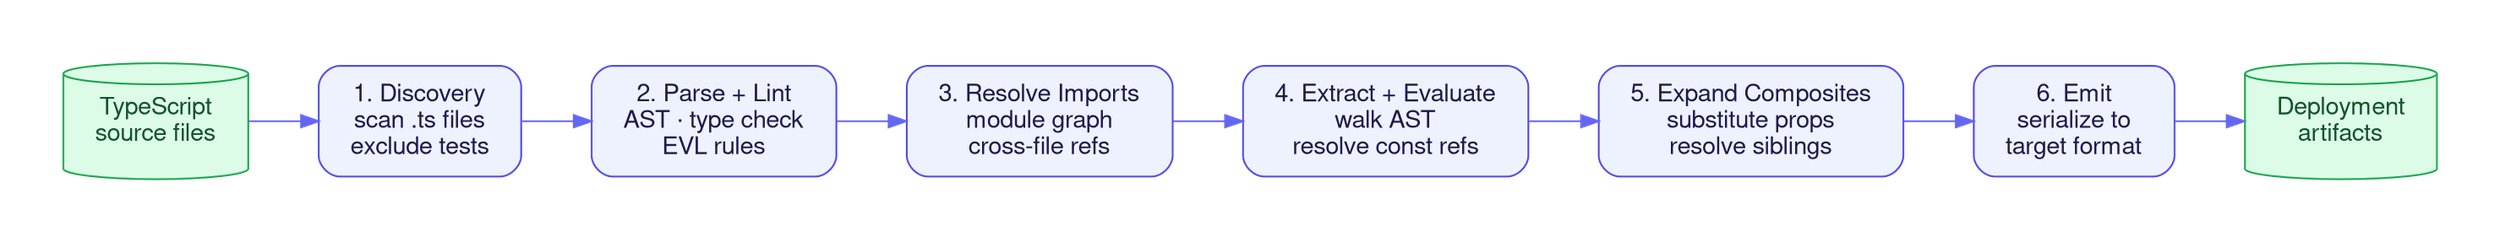
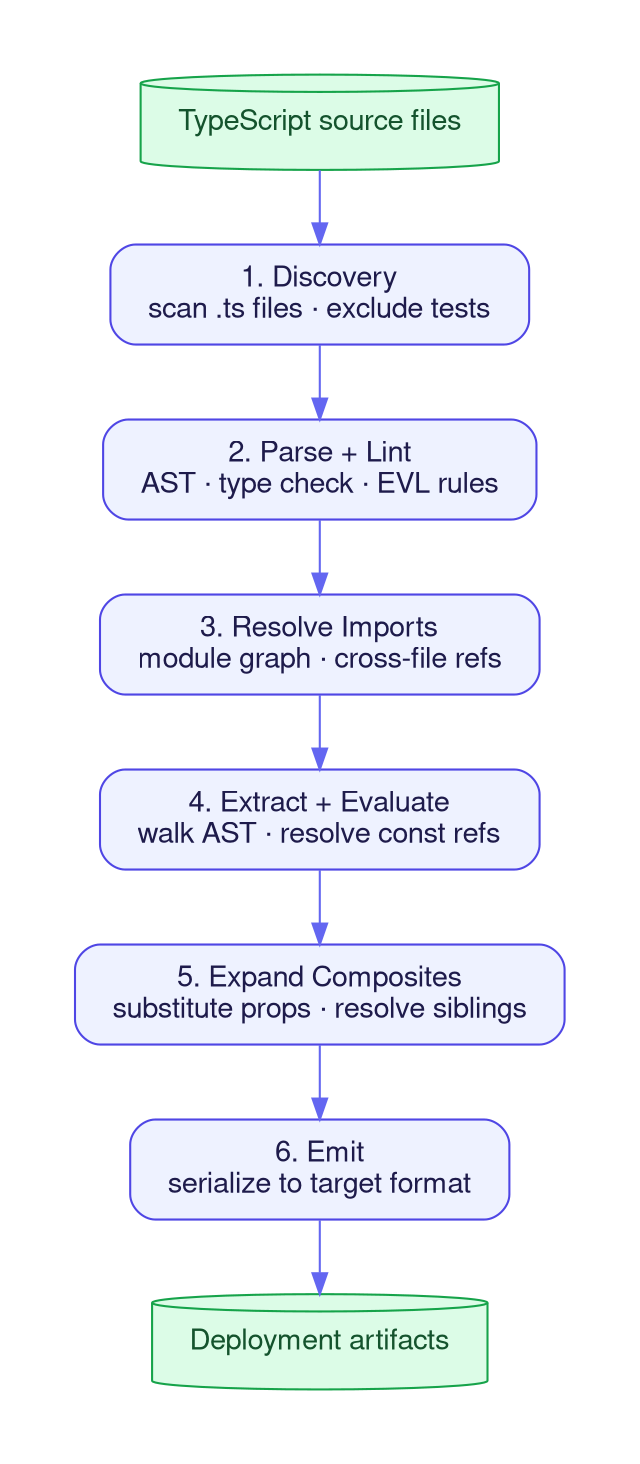
digraph evaluation_pipeline {
-   rankdir=LR
-   graph [fontname="Helvetica,Arial,sans-serif" bgcolor="transparent" pad="0.5" ranksep="0.55" splines=ortho]
+   rankdir=TB
+   graph [fontname="Helvetica,Arial,sans-serif" bgcolor="transparent" pad="0.5" ranksep="0.5" nodesep="0.6"]
  node  [fontname="Helvetica,Arial,sans-serif" shape=box style="filled,rounded" margin="0.25,0.12"
         color="#4F46E5" fillcolor="#EEF2FF" fontcolor="#1E1B4B"]
  edge  [color="#6366F1" fontname="Helvetica,Arial,sans-serif" fontsize=9 fontcolor="#475569"]

-   src [label="TypeScript\nsource files" shape=cylinder fillcolor="#DCFCE7" color="#16A34A" fontcolor="#14532D"]
+   src [label="TypeScript source files" shape=cylinder fillcolor="#DCFCE7" color="#16A34A" fontcolor="#14532D"]

-   D1 [label="1. Discovery\nscan .ts files\nexclude tests"]
-   D2 [label="2. Parse + Lint\nAST · type check\nEVL rules"]
-   D3 [label="3. Resolve Imports\nmodule graph\ncross-file refs"]
-   D4 [label="4. Extract + Evaluate\nwalk AST\nresolve const refs"]
-   D5 [label="5. Expand Composites\nsubstitute props\nresolve siblings"]
-   D6 [label="6. Emit\nserialize to\ntarget format"]
+   D1 [label="1. Discovery\nscan .ts files · exclude tests"]
+   D2 [label="2. Parse + Lint\nAST · type check · EVL rules"]
+   D3 [label="3. Resolve Imports\nmodule graph · cross-file refs"]
+   D4 [label="4. Extract + Evaluate\nwalk AST · resolve const refs"]
+   D5 [label="5. Expand Composites\nsubstitute props · resolve siblings"]
+   D6 [label="6. Emit\nserialize to target format"]

-   out [label="Deployment\nartifacts" shape=cylinder fillcolor="#DCFCE7" color="#16A34A" fontcolor="#14532D"]
+   out [label="Deployment artifacts" shape=cylinder fillcolor="#DCFCE7" color="#16A34A" fontcolor="#14532D"]

  src -> D1 -> D2 -> D3 -> D4 -> D5 -> D6 -> out
}
